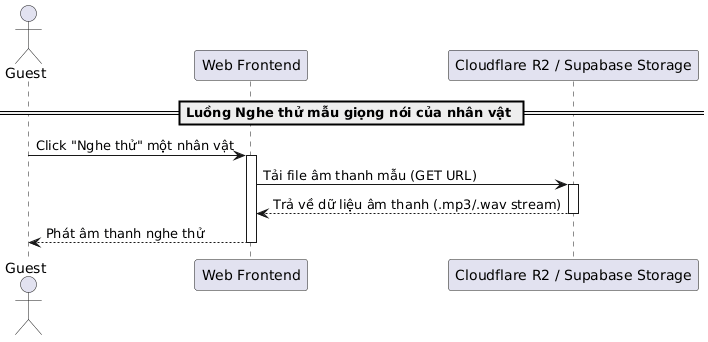
This is temp/05-sequence/UML-Sequence-02.png from 20206205Tech/docs-uml, a PlantUML export, as it was before one commit.
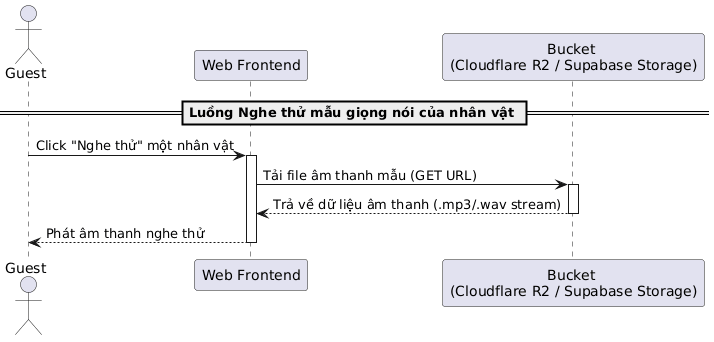
Above is the later version.

What changed in the source:
```diff
@@ -1,7 +1,7 @@
 @startuml
 actor "Guest" as Guest
 participant "Web Frontend" as Frontend
-participant "Cloudflare R2 / Supabase Storage" as Storage
+participant "Bucket \n(Cloudflare R2 / Supabase Storage)" as Storage
 
 == Luồng Nghe thử mẫu giọng nói của nhân vật ==
 Guest -> Frontend: Click "Nghe thử" một nhân vật
```
